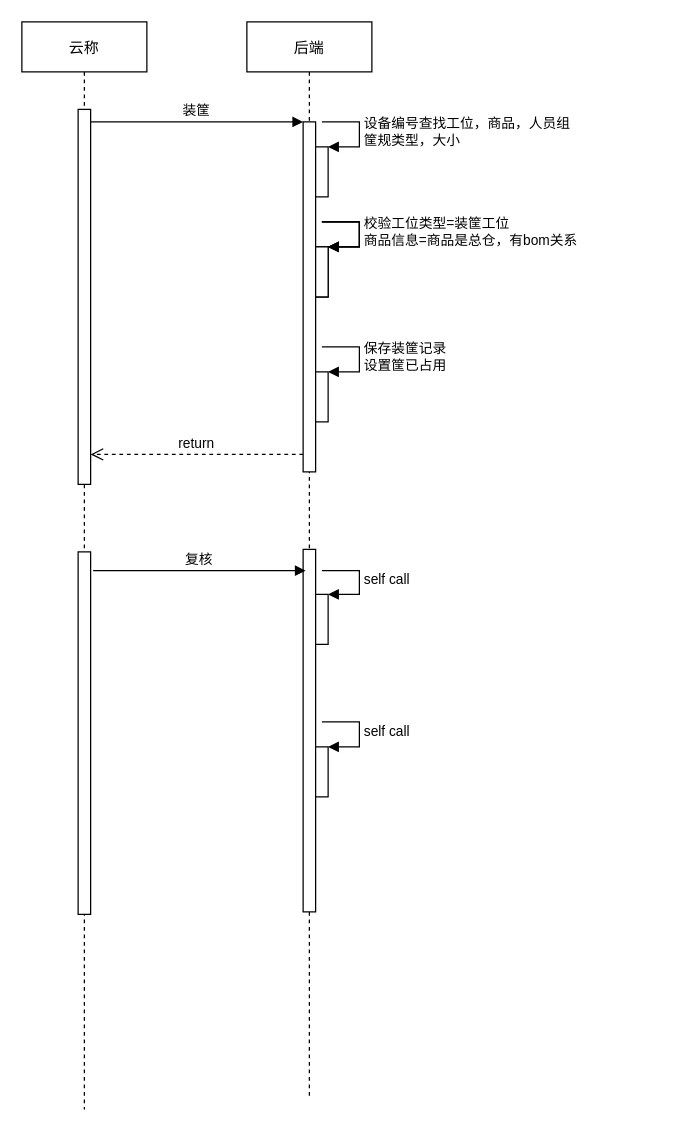
The draw.io diagram Untitled Diagram.drawio in kangbrother/cavas-map, before the edit. Source tidied: cells renumbered, new cells numbered last; positions are measured from the earlier drawing's top-left corner, leaving out a move shared by most shapes. Both pictures are drawn from the tidied source at 125%, with x=0, y=0 at pixel (21, 21).
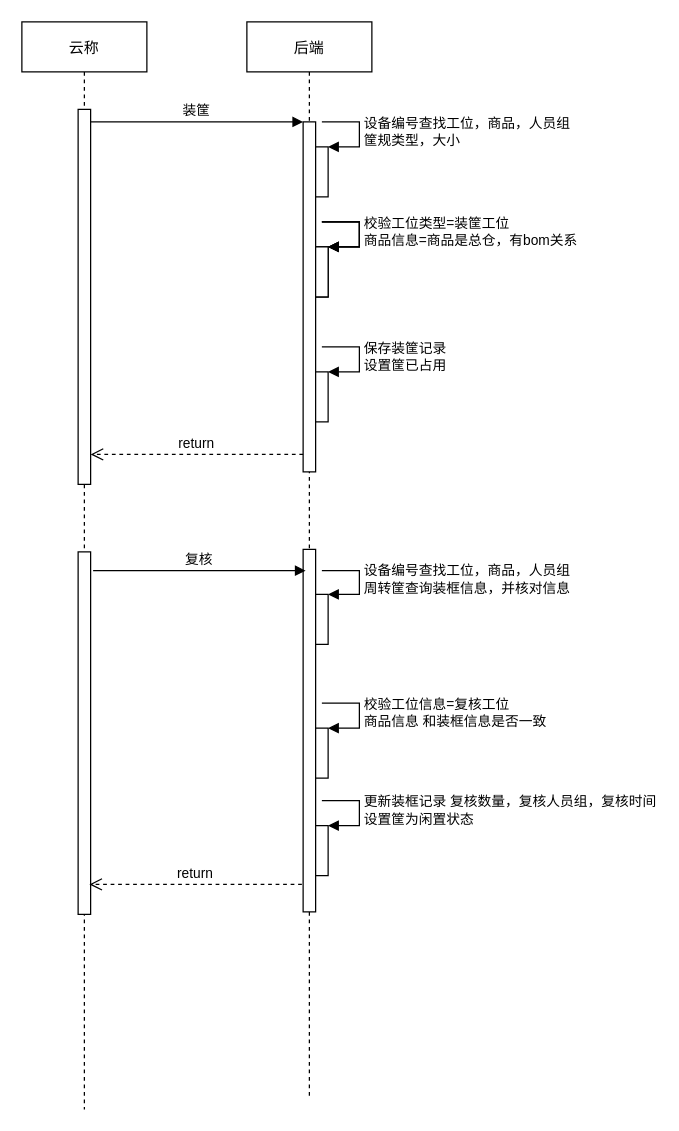
Above is the later version.

Unchanged cells that the change refers to:
```xml
<mxCell id="5" value="后端" style="shape=umlLifeline;perimeter=lifelinePerimeter;rounded=0;shadow=0;strokeWidth=1;" parent="1" vertex="1">
  <mxGeometry x="180" width="100" height="860" as="geometry" />
</mxCell>
<mxCell id="18" style="html=1;points=[];perimeter=orthogonalPerimeter;" parent="5" vertex="1">
  <mxGeometry x="55" y="458" width="10" height="40" as="geometry" />
</mxCell>
```

What changed in the source:
```diff
@@
-    <mxCell id="19" value="self call" style="edgeStyle=orthogonalEdgeStyle;html=1;align=left;spacingLeft=2;endArrow=block;rounded=0;entryX=1;entryY=0;" parent="5" edge="1" target="18">
+    <mxCell id="19" value="设备编号查找工位，商品，人员组&lt;br&gt;周转筐查询装框信息，并核对信息" style="edgeStyle=orthogonalEdgeStyle;html=1;align=left;spacingLeft=2;endArrow=block;rounded=0;entryX=1;entryY=0;" parent="5" edge="1" target="18">
       <mxGeometry relative="1" as="geometry">
         <mxPoint x="60" y="439" as="sourcePoint" />
         <Array as="points">
           <mxPoint x="90" y="439" />
         </Array>
       </mxGeometry>
     </mxCell>
     <mxCell id="20" style="html=1;points=[];perimeter=orthogonalPerimeter;" parent="5" vertex="1">
-      <mxGeometry x="55" y="580" width="10" height="40" as="geometry" />
+      <mxGeometry x="55" y="565" width="10" height="40" as="geometry" />
     </mxCell>
-    <mxCell id="21" value="self call" style="edgeStyle=orthogonalEdgeStyle;html=1;align=left;spacingLeft=2;endArrow=block;rounded=0;entryX=1;entryY=0;" parent="5" edge="1" target="20">
+    <mxCell id="21" value="校验工位信息=复核工位&lt;br&gt;商品信息 和装框信息是否一致" style="edgeStyle=orthogonalEdgeStyle;html=1;align=left;spacingLeft=2;endArrow=block;rounded=0;entryX=1;entryY=0;" parent="5" edge="1" target="20">
       <mxGeometry relative="1" as="geometry">
-        <mxPoint x="60" y="560" as="sourcePoint" />
+        <mxPoint x="60" y="545" as="sourcePoint" />
         <Array as="points">
-          <mxPoint x="90" y="560" />
+          <mxPoint x="90" y="545" />
         </Array>
       </mxGeometry>
     </mxCell>
@@
+    <mxCell id="25" style="html=1;points=[];perimeter=orthogonalPerimeter;" parent="1" vertex="1">
+      <mxGeometry x="235" y="643" width="10" height="40" as="geometry" />
+    </mxCell>
+    <mxCell id="26" value="更新装框记录 复核数量，复核人员组，复核时间&lt;br&gt;设置筐为闲置状态" style="edgeStyle=orthogonalEdgeStyle;html=1;align=left;spacingLeft=2;endArrow=block;rounded=0;entryX=1;entryY=0;" parent="1" edge="1" target="25">
+      <mxGeometry relative="1" as="geometry">
+        <mxPoint x="240" y="623" as="sourcePoint" />
+        <Array as="points">
+          <mxPoint x="270" y="623" />
+        </Array>
+      </mxGeometry>
+    </mxCell>
+    <mxCell id="27" value="return" style="verticalAlign=bottom;endArrow=open;dashed=1;endSize=8;exitX=0;exitY=0.95;shadow=0;strokeWidth=1;" parent="1" edge="1">
+      <mxGeometry relative="1" as="geometry">
+        <mxPoint x="224" y="690" as="sourcePoint" />
+        <mxPoint x="54" y="690" as="targetPoint" />
+      </mxGeometry>
+    </mxCell>
```
